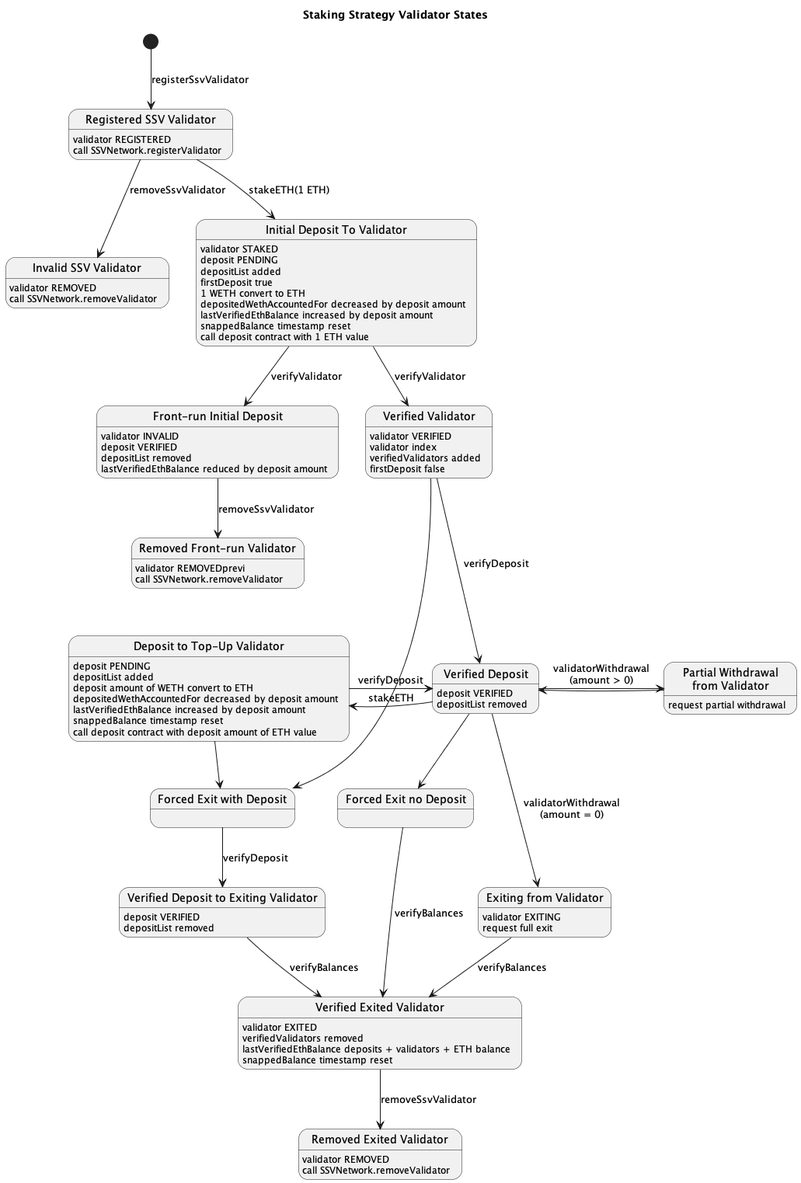
The PlantUML diagram contracts/docs/plantuml/stakingStates.png in OriginProtocol/origin-dollar, before a commit.
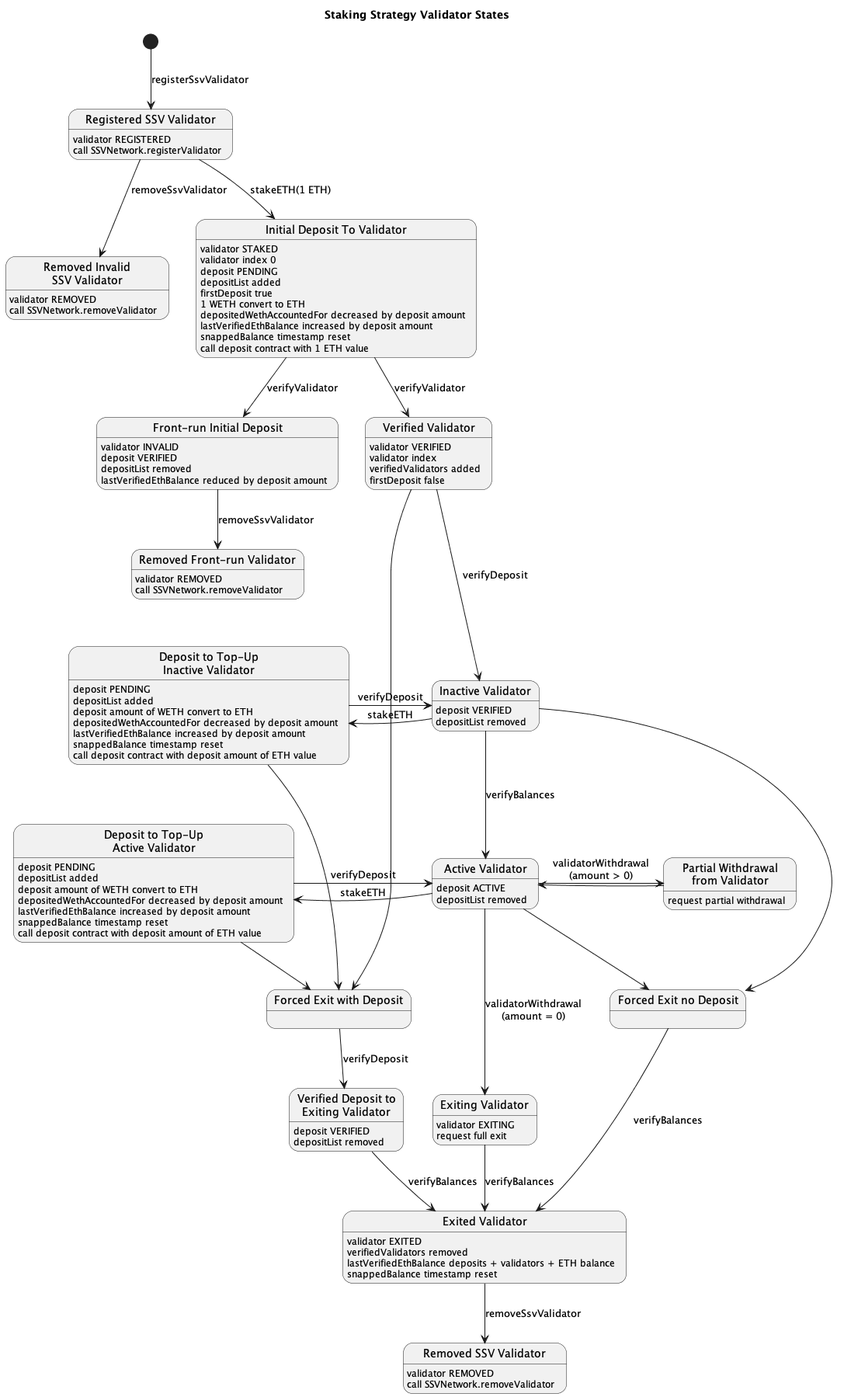
After the change.

The edit, as a diff of the source:
```diff
@@ -6,12 +6,13 @@
 RegisteredValidator : validator REGISTERED
 RegisteredValidator : call SSVNetwork.registerValidator
 
-state "Invalid SSV Validator" as InvalidSSVValidator
+state "Removed Invalid\nSSV Validator" as InvalidSSVValidator
 InvalidSSVValidator : validator REMOVED
 InvalidSSVValidator : call SSVNetwork.removeValidator
 
 state "Initial Deposit To Validator" as InitialDeposit
 InitialDeposit : validator STAKED
+InitialDeposit : validator index 0
 InitialDeposit : deposit PENDING
 InitialDeposit : depositList added
 InitialDeposit : firstDeposit true
@@ -28,7 +29,7 @@
 FrontRunDeposit : lastVerifiedEthBalance reduced by deposit amount
 
 state "Removed Front-run Validator" as RemovedFrontRunValidator
-RemovedFrontRunValidator : validator REMOVEDprevi
+RemovedFrontRunValidator : validator REMOVED
 RemovedFrontRunValidator : call SSVNetwork.removeValidator
 
 state "Verified Validator" as VerifiedValidator
@@ -37,29 +38,40 @@
 VerifiedValidator : verifiedValidators added
 VerifiedValidator : firstDeposit false
 
-state "Verified Deposit" as VerifiedDeposit
-VerifiedDeposit : deposit VERIFIED
-VerifiedDeposit : depositList removed
+state "Inactive Validator" as VerifiedDepositInactive
+VerifiedDepositInactive : deposit VERIFIED
+VerifiedDepositInactive : depositList removed
 
-state "Verified Deposit to Exiting Validator" as DepositToExitingValidator
+state "Active Validator" as VerifiedDepositActive
+VerifiedDepositActive : deposit ACTIVE
+VerifiedDepositActive : depositList removed
+
+state "Verified Deposit to\nExiting Validator" as DepositToExitingValidator
 DepositToExitingValidator : deposit VERIFIED
 DepositToExitingValidator : depositList removed
 
-state "Deposit to Top-Up Validator" as TopUpDeposit
-TopUpDeposit : deposit PENDING
-TopUpDeposit : depositList added
-TopUpDeposit : deposit amount of WETH convert to ETH
-TopUpDeposit : depositedWethAccountedFor decreased by deposit amount
-TopUpDeposit : lastVerifiedEthBalance increased by deposit amount
-TopUpDeposit : snappedBalance timestamp reset
-TopUpDeposit : call deposit contract with deposit amount of ETH value
+state "Deposit to Top-Up\nInactive Validator" as TopUpDepositInactive
+TopUpDepositInactive : deposit PENDING
+TopUpDepositInactive : depositList added
+TopUpDepositInactive : deposit amount of WETH convert to ETH
+TopUpDepositInactive : depositedWethAccountedFor decreased by deposit amount
+TopUpDepositInactive : lastVerifiedEthBalance increased by deposit amount
+TopUpDepositInactive : snappedBalance timestamp reset
+TopUpDepositInactive : call deposit contract with deposit amount of ETH value
 
+state "Deposit to Top-Up\nActive Validator" as TopUpDepositActive
+TopUpDepositActive : deposit PENDING
+TopUpDepositActive : depositList added
+TopUpDepositActive : deposit amount of WETH convert to ETH
+TopUpDepositActive : depositedWethAccountedFor decreased by deposit amount
+TopUpDepositActive : lastVerifiedEthBalance increased by deposit amount
+TopUpDepositActive : snappedBalance timestamp reset
+TopUpDepositActive : call deposit contract with deposit amount of ETH value
 
 state "Forced Exit with Deposit" as ForcedExitWithDeposit
 state "Forced Exit no Deposit" as ForcedExitNoDeposit
 
-
-state "Verified Exited Validator" as ExitedValidator
+state "Exited Validator" as ExitedValidator
 ExitedValidator : validator EXITED
 ExitedValidator : verifiedValidators removed
 ExitedValidator : lastVerifiedEthBalance deposits + validators + ETH balance
@@ -68,11 +80,11 @@
 state "Partial Withdrawal\nfrom Validator" as PartialWithdrawal
 PartialWithdrawal : request partial withdrawal
 
-state "Exiting from Validator" as ExitingValidator
+state "Exiting Validator" as ExitingValidator
 ExitingValidator : validator EXITING
 ExitingValidator : request full exit
 
-state "Removed Exited Validator" as RemovedExitedValidator
+state "Removed SSV Validator" as RemovedExitedValidator
 RemovedExitedValidator : validator REMOVED
 RemovedExitedValidator : call SSVNetwork.removeValidator
 
@@ -86,21 +98,27 @@
 InitialDeposit --> VerifiedValidator : verifyValidator
 InitialDeposit --> FrontRunDeposit : verifyValidator
 FrontRunDeposit --> RemovedFrontRunValidator : removeSsvValidator
-VerifiedValidator ---> VerifiedDeposit : verifyDeposit
+VerifiedValidator ---> VerifiedDepositInactive : verifyDeposit
 VerifiedValidator --> ForcedExitWithDeposit
 
-VerifiedDeposit -> TopUpDeposit : stakeETH
-TopUpDeposit -> VerifiedDeposit : verifyDeposit
-VerifiedDeposit --> ForcedExitNoDeposit
+TopUpDepositInactive <- VerifiedDepositInactive : stakeETH
+TopUpDepositInactive -> VerifiedDepositInactive : verifyDeposit
+VerifiedDepositInactive ---> ForcedExitNoDeposit
 ForcedExitNoDeposit ---> ExitedValidator : verifyBalances
-TopUpDeposit --> ForcedExitWithDeposit
+TopUpDepositInactive ---> ForcedExitWithDeposit
+TopUpDepositActive --> ForcedExitWithDeposit
 ForcedExitWithDeposit --> DepositToExitingValidator : verifyDeposit
+VerifiedDepositInactive --> VerifiedDepositActive : verifyBalances
+
+TopUpDepositActive <- VerifiedDepositActive : stakeETH
+TopUpDepositActive -> VerifiedDepositActive : verifyDeposit
+VerifiedDepositActive --> ForcedExitNoDeposit
 
 DepositToExitingValidator --> ExitedValidator : verifyBalances
 
-VerifiedDeposit -> PartialWithdrawal : validatorWithdrawal\n(amount > 0)
-PartialWithdrawal -> VerifiedDeposit
-VerifiedDeposit ---> ExitingValidator : validatorWithdrawal\n(amount = 0)
+VerifiedDepositActive -> PartialWithdrawal : validatorWithdrawal\n(amount > 0)
+VerifiedDepositActive <- PartialWithdrawal
+VerifiedDepositActive ---> ExitingValidator : validatorWithdrawal\n(amount = 0)
 ExitingValidator --> ExitedValidator : verifyBalances
 ExitedValidator --> RemovedExitedValidator : removeSsvValidator
 
```
